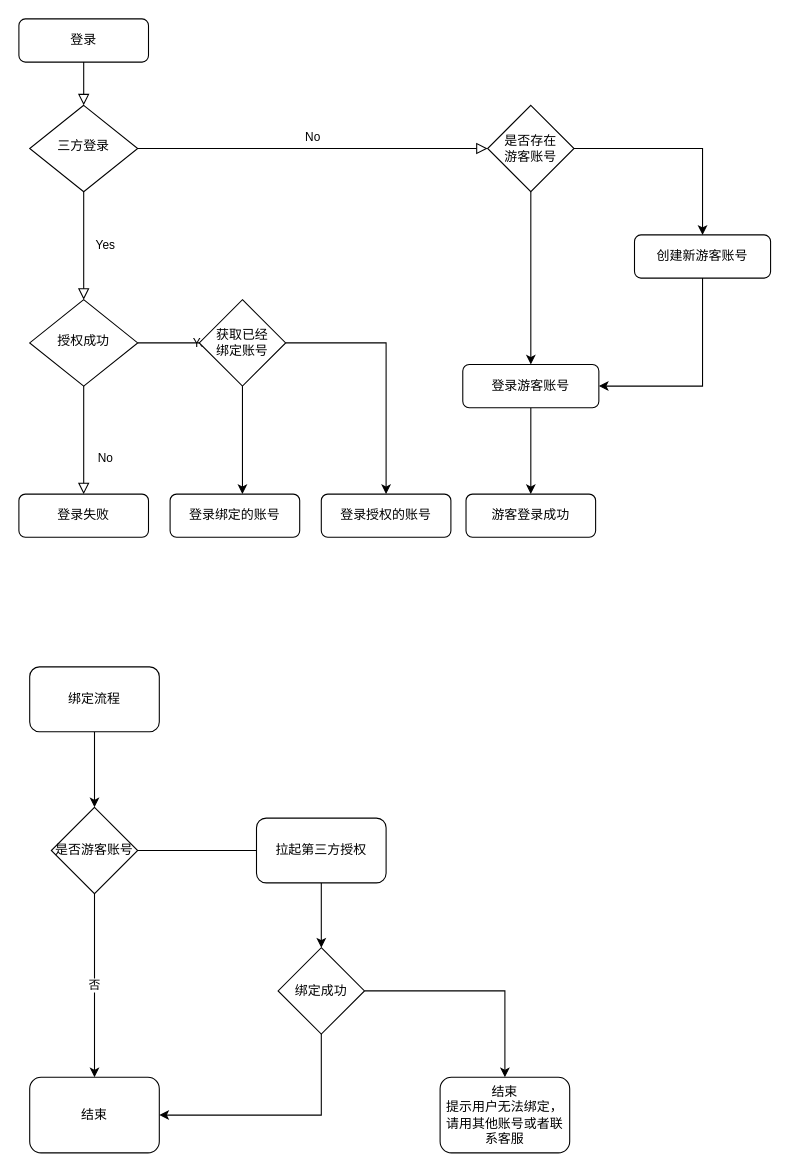
Earlier version of the draw.io diagram CMGE_HW_API.drawio (saitestop/Drawio). Source tidied: cells renumbered, new cells numbered last; positions are measured from the earlier drawing's top-left corner, leaving out a move shared by most shapes. Both pictures are drawn from the tidied source at 108%, with x=0, y=0 at pixel (18, 18).
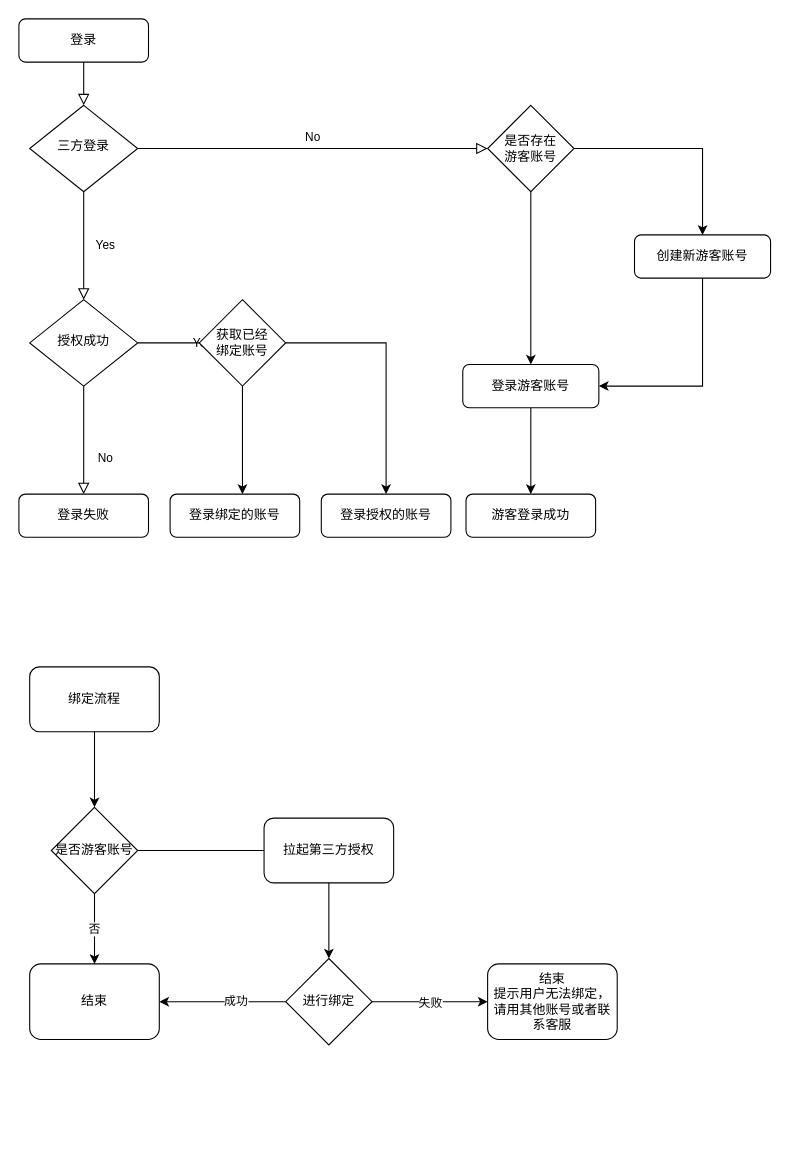
Above is the later version.

Change to the diagram source:
```diff
@@
     <mxCell id="29" value="结束" style="rounded=1;whiteSpace=wrap;html=1;" parent="1" vertex="1">
-      <mxGeometry x="10" y="980" width="120" height="70" as="geometry" />
+      <mxGeometry x="10" y="875" width="120" height="70" as="geometry" />
     </mxCell>
-    <mxCell id="30" style="edgeStyle=orthogonalEdgeStyle;rounded=0;jettySize=auto;html=1;" parent="1" edge="1" source="31">
-      <mxGeometry relative="1" as="geometry">
-        <mxPoint x="280" y="860" as="targetPoint" />
-      </mxGeometry>
+    <mxCell id="30" style="edgeStyle=orthogonalEdgeStyle;rounded=0;jettySize=auto;html=1;entryX=0.5;entryY=0;entryDx=0;entryDy=0;" parent="1" edge="1" source="31" target="34">
+      <mxGeometry relative="1" as="geometry" />
     </mxCell>
     <mxCell id="31" value="拉起第三方授权" style="rounded=1;whiteSpace=wrap;html=1;" parent="1" vertex="1">
-      <mxGeometry x="220" y="740" width="120" height="60" as="geometry" />
+      <mxGeometry x="227" y="740" width="120" height="60" as="geometry" />
     </mxCell>
-    <mxCell id="32" style="edgeStyle=orthogonalEdgeStyle;rounded=0;jettySize=auto;html=1;exitX=0.5;exitY=1;exitDx=0;exitDy=0;entryX=1;entryY=0.5;entryDx=0;entryDy=0;" parent="1" edge="1" source="34" target="29">
-      <mxGeometry relative="1" as="geometry" />
+    <mxCell id="32" style="edgeStyle=orthogonalEdgeStyle;rounded=0;jettySize=auto;html=1;exitX=0;exitY=0.5;exitDx=0;exitDy=0;entryX=1;entryY=0.5;entryDx=0;entryDy=0;" parent="1" edge="1" source="34" target="29">
+      <mxGeometry relative="1" as="geometry">
+        <Array as="points">
+          <mxPoint x="240" y="910" />
+        </Array>
+      </mxGeometry>
     </mxCell>
+    <mxCell id="36" value="成功" style="edgeLabel;html=1;align=center;verticalAlign=middle;" parent="32" vertex="1">
+      <mxGeometry x="-0.2" y="-1" relative="1" as="geometry" />
+    </mxCell>
-    <mxCell id="33" style="edgeStyle=orthogonalEdgeStyle;rounded=0;jettySize=auto;html=1;entryX=0.5;entryY=0;entryDx=0;entryDy=0;" parent="1" edge="1" source="34" target="35">
-      <mxGeometry relative="1" as="geometry">
-        <Array as="points">
-          <mxPoint x="450" y="900" />
-        </Array>
-      </mxGeometry>
+    <mxCell id="33" style="edgeStyle=orthogonalEdgeStyle;rounded=0;jettySize=auto;html=1;" parent="1" edge="1" source="34" target="35">
+      <mxGeometry relative="1" as="geometry" />
     </mxCell>
+    <mxCell id="37" value="失败" style="edgeLabel;html=1;align=center;verticalAlign=middle;" parent="33" vertex="1">
+      <mxGeometry x="0.23" y="-2" relative="1" as="geometry">
+        <mxPoint x="-13" y="-2" as="offset" />
+      </mxGeometry>
+    </mxCell>
-    <mxCell id="34" value="绑定成功" style="rhombus;whiteSpace=wrap;html=1;" parent="1" vertex="1">
-      <mxGeometry x="240" y="860" width="80" height="80" as="geometry" />
+    <mxCell id="34" value="进行绑定" style="rhombus;whiteSpace=wrap;html=1;" parent="1" vertex="1">
+      <mxGeometry x="247" y="870" width="80" height="80" as="geometry" />
     </mxCell>
     <mxCell id="35" value="结束&lt;br&gt;提示用户无法绑定，请用其他账号或者联系客服" style="rounded=1;whiteSpace=wrap;html=1;" parent="1" vertex="1">
-      <mxGeometry x="390" y="980" width="120" height="70" as="geometry" />
+      <mxGeometry x="434" y="875" width="120" height="70" as="geometry" />
     </mxCell>
```
